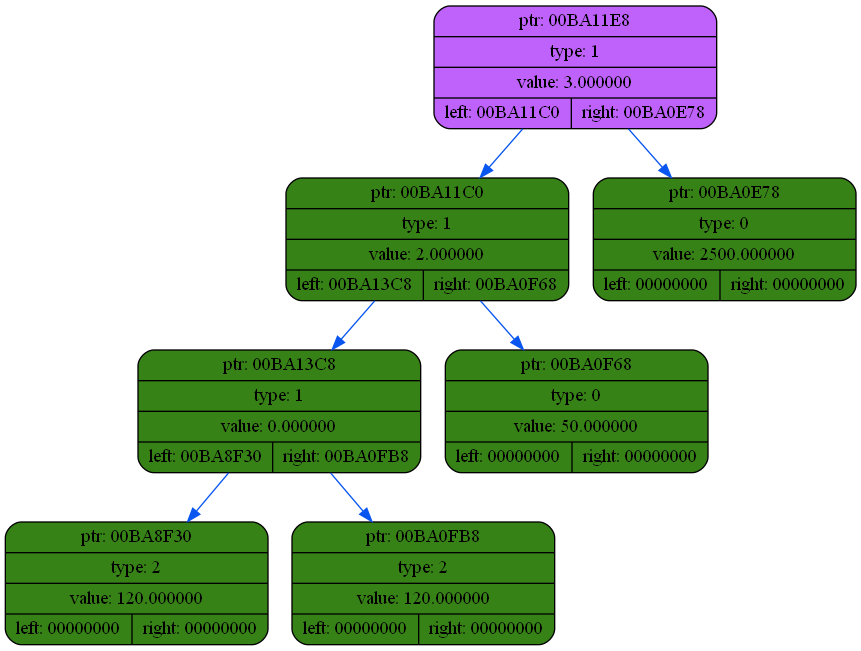
Before: dump/dump6.png, a diagram exported from Graphviz (coffee8cat/differentiator). Its source is kept beside it as dump/dump6.dot. Source of this version:
```dot
digraph
{
    rankdir=TP

        node00BA11E8[shape=record,style="rounded,filled",fillcolor="#BF62FC",label="{ ptr: 00BA11E8 | type: 1 | value: 3.000000| { left: 00BA11C0 | right: 00BA0E78 }}"];
    node00BA11E8 -> node00BA11C0[color="#0855F0"]
    node00BA11C0[shape=record,style="rounded,filled",fillcolor="#378217",label="{ ptr: 00BA11C0 | type: 1 | value: 2.000000| { left: 00BA13C8 | right: 00BA0F68 }}"];
    node00BA11C0 -> node00BA13C8[color="#0855F0"]
    node00BA13C8[shape=record,style="rounded,filled",fillcolor="#378217",label="{ ptr: 00BA13C8 | type: 1 | value: 0.000000| { left: 00BA8F30 | right: 00BA0FB8 }}"];
    node00BA13C8 -> node00BA8F30[color="#0855F0"]
    node00BA8F30[shape=record,style="rounded,filled",fillcolor="#378217",label="{ ptr: 00BA8F30 | type: 2 | value: 120.000000| { left: 00000000 | right: 00000000 }}"];
    node00BA13C8 -> node00BA0FB8[color="#0855F0"]
    node00BA0FB8[shape=record,style="rounded,filled",fillcolor="#378217",label="{ ptr: 00BA0FB8 | type: 2 | value: 120.000000| { left: 00000000 | right: 00000000 }}"];
    node00BA11C0 -> node00BA0F68[color="#0855F0"]
    node00BA0F68[shape=record,style="rounded,filled",fillcolor="#378217",label="{ ptr: 00BA0F68 | type: 0 | value: 50.000000| { left: 00000000 | right: 00000000 }}"];
    node00BA11E8 -> node00BA0E78[color="#0855F0"]
    node00BA0E78[shape=record,style="rounded,filled",fillcolor="#378217",label="{ ptr: 00BA0E78 | type: 0 | value: 2500.000000| { left: 00000000 | right: 00000000 }}"];
}
```
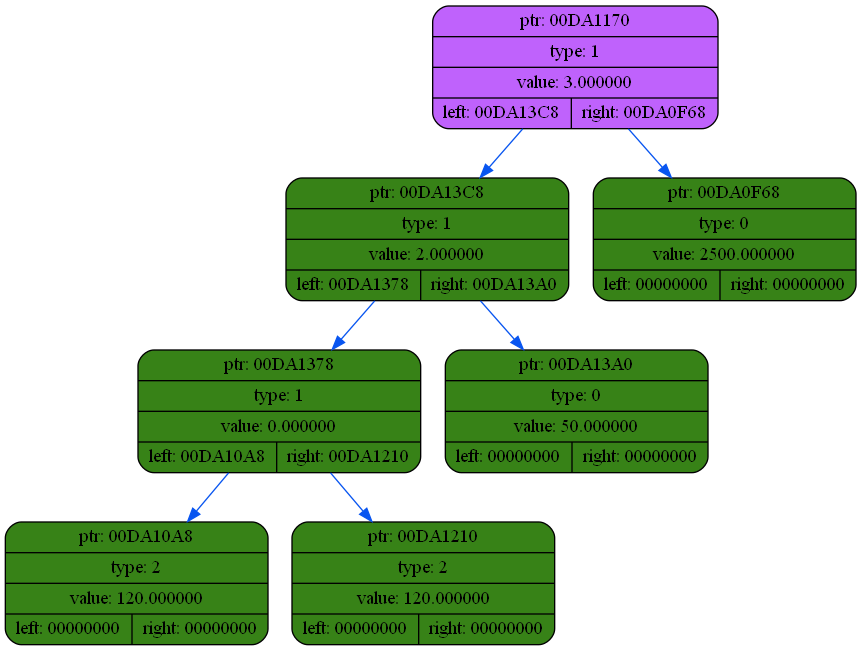
The same file after the commit.

Change to the diagram source:
```diff
@@ -2,17 +2,17 @@
 {
     rankdir=TP
 
-        node00BA11E8[shape=record,style="rounded,filled",fillcolor="#BF62FC",label="{ ptr: 00BA11E8 | type: 1 | value: 3.000000| { left: 00BA11C0 | right: 00BA0E78 }}"];
-    node00BA11E8 -> node00BA11C0[color="#0855F0"]
-    node00BA11C0[shape=record,style="rounded,filled",fillcolor="#378217",label="{ ptr: 00BA11C0 | type: 1 | value: 2.000000| { left: 00BA13C8 | right: 00BA0F68 }}"];
-    node00BA11C0 -> node00BA13C8[color="#0855F0"]
-    node00BA13C8[shape=record,style="rounded,filled",fillcolor="#378217",label="{ ptr: 00BA13C8 | type: 1 | value: 0.000000| { left: 00BA8F30 | right: 00BA0FB8 }}"];
-    node00BA13C8 -> node00BA8F30[color="#0855F0"]
-    node00BA8F30[shape=record,style="rounded,filled",fillcolor="#378217",label="{ ptr: 00BA8F30 | type: 2 | value: 120.000000| { left: 00000000 | right: 00000000 }}"];
-    node00BA13C8 -> node00BA0FB8[color="#0855F0"]
-    node00BA0FB8[shape=record,style="rounded,filled",fillcolor="#378217",label="{ ptr: 00BA0FB8 | type: 2 | value: 120.000000| { left: 00000000 | right: 00000000 }}"];
-    node00BA11C0 -> node00BA0F68[color="#0855F0"]
-    node00BA0F68[shape=record,style="rounded,filled",fillcolor="#378217",label="{ ptr: 00BA0F68 | type: 0 | value: 50.000000| { left: 00000000 | right: 00000000 }}"];
-    node00BA11E8 -> node00BA0E78[color="#0855F0"]
-    node00BA0E78[shape=record,style="rounded,filled",fillcolor="#378217",label="{ ptr: 00BA0E78 | type: 0 | value: 2500.000000| { left: 00000000 | right: 00000000 }}"];
+        node00DA1170[shape=record,style="rounded,filled",fillcolor="#BF62FC",label="{ ptr: 00DA1170 | type: 1 | value: 3.000000| { left: 00DA13C8 | right: 00DA0F68 }}"];
+    node00DA1170 -> node00DA13C8[color="#0855F0"]
+    node00DA13C8[shape=record,style="rounded,filled",fillcolor="#378217",label="{ ptr: 00DA13C8 | type: 1 | value: 2.000000| { left: 00DA1378 | right: 00DA13A0 }}"];
+    node00DA13C8 -> node00DA1378[color="#0855F0"]
+    node00DA1378[shape=record,style="rounded,filled",fillcolor="#378217",label="{ ptr: 00DA1378 | type: 1 | value: 0.000000| { left: 00DA10A8 | right: 00DA1210 }}"];
+    node00DA1378 -> node00DA10A8[color="#0855F0"]
+    node00DA10A8[shape=record,style="rounded,filled",fillcolor="#378217",label="{ ptr: 00DA10A8 | type: 2 | value: 120.000000| { left: 00000000 | right: 00000000 }}"];
+    node00DA1378 -> node00DA1210[color="#0855F0"]
+    node00DA1210[shape=record,style="rounded,filled",fillcolor="#378217",label="{ ptr: 00DA1210 | type: 2 | value: 120.000000| { left: 00000000 | right: 00000000 }}"];
+    node00DA13C8 -> node00DA13A0[color="#0855F0"]
+    node00DA13A0[shape=record,style="rounded,filled",fillcolor="#378217",label="{ ptr: 00DA13A0 | type: 0 | value: 50.000000| { left: 00000000 | right: 00000000 }}"];
+    node00DA1170 -> node00DA0F68[color="#0855F0"]
+    node00DA0F68[shape=record,style="rounded,filled",fillcolor="#378217",label="{ ptr: 00DA0F68 | type: 0 | value: 2500.000000| { left: 00000000 | right: 00000000 }}"];
 }
```
